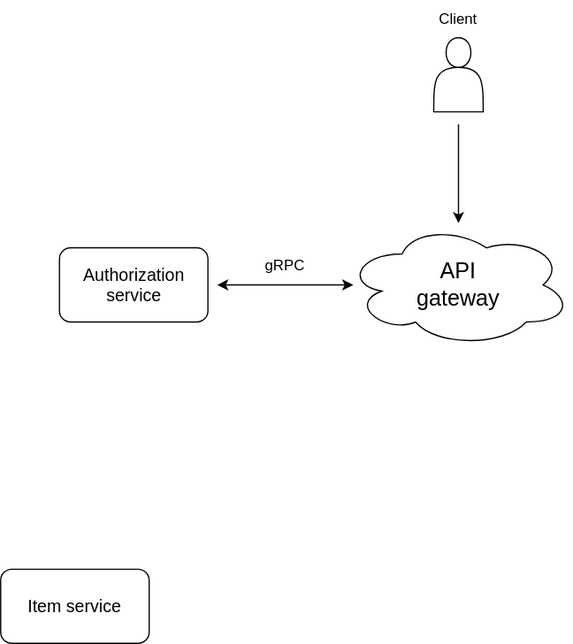
havrydotdev/diagrams keeps this draw.io diagram as all/shopper-micro.drawio.svg. Above is the earlier version. Source tidied: cells renumbered, new cells last; positions are measured from the earlier drawing's top-left corner, leaving out a move shared by most shapes. Source of this version:
```xml
<mxGraphModel>
  <root>
    <mxCell id="0" />
    <mxCell id="1" parent="0" />
    <mxCell id="2" style="shape=actor;whiteSpace=wrap;html=1;" parent="1" vertex="1">
      <mxGeometry x="350" y="30" width="40" height="60" as="geometry" />
    </mxCell>
    <mxCell id="3" value="Client" style="text;strokeColor=none;align=center;fillColor=none;html=1;verticalAlign=middle;whiteSpace=wrap;rounded=0;" parent="1" vertex="1">
      <mxGeometry x="340" width="60" height="30" as="geometry" />
    </mxCell>
    <mxCell id="4" style="endArrow=classic;html=1;rounded=0;" parent="1" edge="1">
      <mxGeometry relative="1" as="geometry">
        <mxPoint x="370" y="100" as="sourcePoint" />
        <mxPoint x="370" y="180" as="targetPoint" />
      </mxGeometry>
    </mxCell>
    <mxCell id="5" style="ellipse;shape=cloud;whiteSpace=wrap;html=1;" parent="1" vertex="1">
      <mxGeometry x="278.8" y="180" width="182.5" height="100" as="geometry" />
    </mxCell>
    <mxCell id="6" value="&lt;font style=&quot;font-size: 18px;&quot;&gt;API gateway&lt;/font&gt;" style="text;strokeColor=none;align=center;fillColor=none;html=1;verticalAlign=middle;whiteSpace=wrap;rounded=0;" parent="1" vertex="1">
      <mxGeometry x="325" y="207.5" width="90" height="45" as="geometry" />
    </mxCell>
    <mxCell id="7" value="Authorization" style="text;strokeColor=none;align=center;fillColor=none;html=1;verticalAlign=middle;whiteSpace=wrap;rounded=0;" parent="1" vertex="1">
      <mxGeometry x="70" y="210" width="60" height="30" as="geometry" />
    </mxCell>
    <mxCell id="8" style="rounded=1;whiteSpace=wrap;html=1;" parent="1" vertex="1">
      <mxGeometry x="47.5" y="200" width="120" height="60" as="geometry" />
    </mxCell>
    <mxCell id="9" value="gRPC" style="text;strokeColor=none;align=center;fillColor=none;html=1;verticalAlign=middle;whiteSpace=wrap;rounded=0;" parent="1" vertex="1">
      <mxGeometry x="200" y="200" width="60" height="30" as="geometry" />
    </mxCell>
    <mxCell id="10" value="&lt;font style=&quot;font-size: 14px;&quot;&gt;Authorization service&lt;/font&gt;" style="text;strokeColor=none;align=center;fillColor=none;html=1;verticalAlign=middle;whiteSpace=wrap;rounded=0;" parent="1" vertex="1">
      <mxGeometry x="62.5" y="210" width="90" height="40" as="geometry" />
    </mxCell>
    <mxCell id="11" style="endArrow=classic;startArrow=classic;html=1;rounded=0;" parent="1" edge="1">
      <mxGeometry relative="1" as="geometry">
        <mxPoint x="175" y="230" as="sourcePoint" />
        <mxPoint x="285" y="230" as="targetPoint" />
        <Array as="points">
          <mxPoint x="213.8" y="230" />
        </Array>
      </mxGeometry>
    </mxCell>
    <mxCell id="12" style="rounded=1;whiteSpace=wrap;html=1;" parent="1" vertex="1">
      <mxGeometry y="460" width="120" height="60" as="geometry" />
    </mxCell>
    <mxCell id="13" value="&lt;font style=&quot;font-size: 14px;&quot;&gt;Item service&lt;/font&gt;" style="text;strokeColor=none;align=center;fillColor=none;html=1;verticalAlign=middle;whiteSpace=wrap;rounded=0;" parent="1" vertex="1">
      <mxGeometry x="20" y="465" width="80" height="50" as="geometry" />
    </mxCell>
  </root>
</mxGraphModel>
```
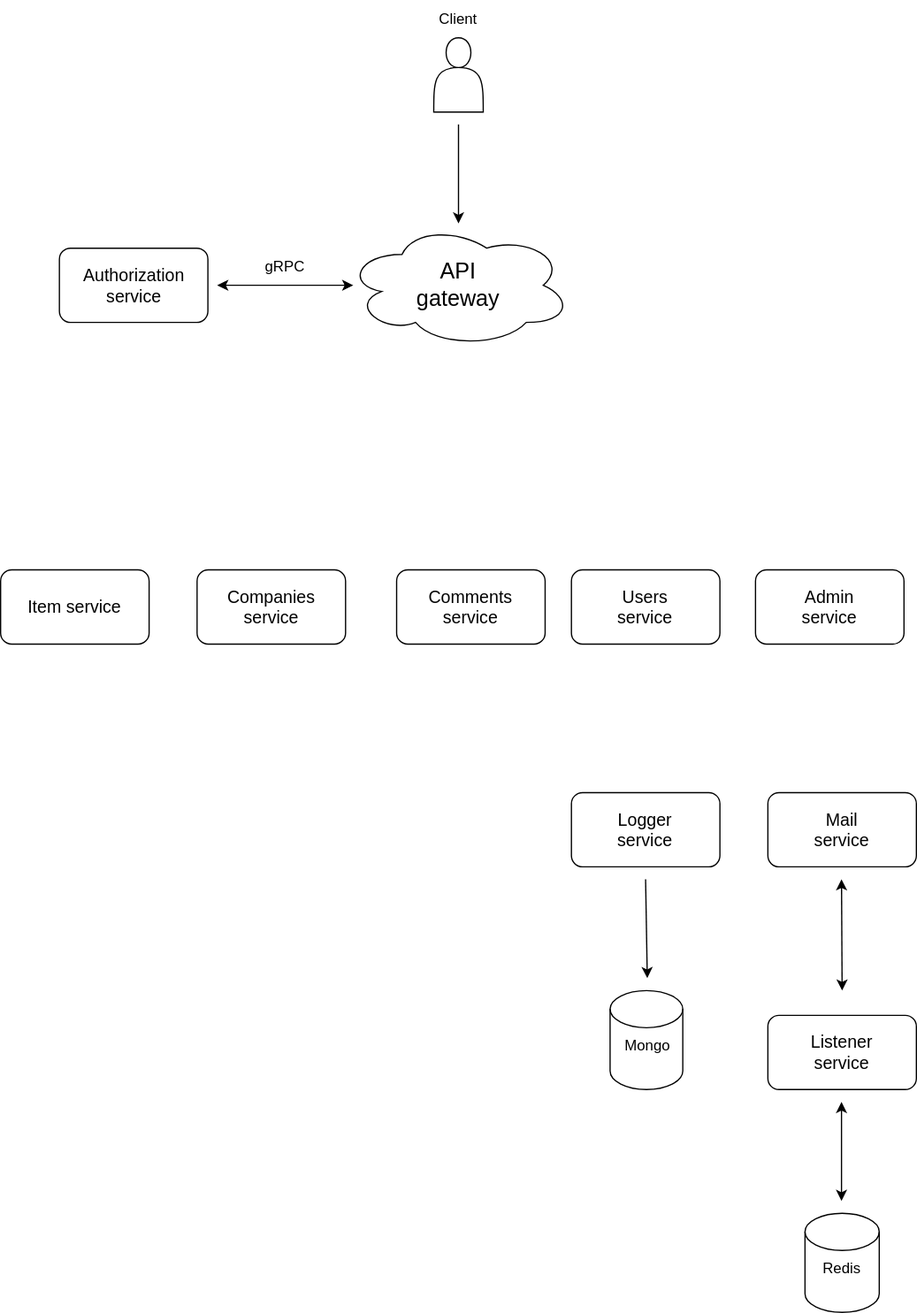
After the change.

Diff of the diagram source:
```diff
@@ -47,5 +47,77 @@
     <mxCell id="13" value="&lt;font style=&quot;font-size: 14px;&quot;&gt;Item service&lt;/font&gt;" style="text;strokeColor=none;align=center;fillColor=none;html=1;verticalAlign=middle;whiteSpace=wrap;rounded=0;" parent="1" vertex="1">
       <mxGeometry x="20" y="465" width="80" height="50" as="geometry" />
     </mxCell>
+    <mxCell id="14" style="rounded=1;whiteSpace=wrap;html=1;" parent="1" vertex="1">
+      <mxGeometry x="158.8" y="460" width="120" height="60" as="geometry" />
+    </mxCell>
+    <mxCell id="15" value="&lt;font style=&quot;font-size: 14px;&quot;&gt;Companies service&lt;/font&gt;" style="text;strokeColor=none;align=center;fillColor=none;html=1;verticalAlign=middle;whiteSpace=wrap;rounded=0;" parent="1" vertex="1">
+      <mxGeometry x="188.8" y="475" width="60" height="30" as="geometry" />
+    </mxCell>
+    <mxCell id="16" style="rounded=1;whiteSpace=wrap;html=1;" parent="1" vertex="1">
+      <mxGeometry x="320" y="460" width="120" height="60" as="geometry" />
+    </mxCell>
+    <mxCell id="17" value="&lt;font style=&quot;font-size: 14px;&quot;&gt;Comments service&lt;/font&gt;" style="text;strokeColor=none;align=center;fillColor=none;html=1;verticalAlign=middle;whiteSpace=wrap;rounded=0;" parent="1" vertex="1">
+      <mxGeometry x="350" y="475" width="60" height="30" as="geometry" />
+    </mxCell>
+    <mxCell id="18" style="rounded=1;whiteSpace=wrap;html=1;" parent="1" vertex="1">
+      <mxGeometry x="461.2" y="460" width="120" height="60" as="geometry" />
+    </mxCell>
+    <mxCell id="19" value="&lt;font style=&quot;font-size: 14px;&quot;&gt;Users service&lt;/font&gt;" style="text;strokeColor=none;align=center;fillColor=none;html=1;verticalAlign=middle;whiteSpace=wrap;rounded=0;" parent="1" vertex="1">
+      <mxGeometry x="491.2" y="475" width="60" height="30" as="geometry" />
+    </mxCell>
+    <mxCell id="20" style="rounded=1;whiteSpace=wrap;html=1;" parent="1" vertex="1">
+      <mxGeometry x="610" y="460" width="120" height="60" as="geometry" />
+    </mxCell>
+    <mxCell id="21" value="&lt;font style=&quot;font-size: 14px;&quot;&gt;Admin service&lt;/font&gt;" style="text;strokeColor=none;align=center;fillColor=none;html=1;verticalAlign=middle;whiteSpace=wrap;rounded=0;" parent="1" vertex="1">
+      <mxGeometry x="640" y="475" width="60" height="30" as="geometry" />
+    </mxCell>
+    <mxCell id="22" style="rounded=1;whiteSpace=wrap;html=1;" parent="1" vertex="1">
+      <mxGeometry x="461.2" y="640" width="120" height="60" as="geometry" />
+    </mxCell>
+    <mxCell id="23" value="&lt;font style=&quot;font-size: 14px;&quot;&gt;Logger service&lt;/font&gt;" style="text;strokeColor=none;align=center;fillColor=none;html=1;verticalAlign=middle;whiteSpace=wrap;rounded=0;" parent="1" vertex="1">
+      <mxGeometry x="491.2" y="655" width="60" height="30" as="geometry" />
+    </mxCell>
+    <mxCell id="24" style="rounded=1;whiteSpace=wrap;html=1;" parent="1" vertex="1">
+      <mxGeometry x="620" y="640" width="120" height="60" as="geometry" />
+    </mxCell>
+    <mxCell id="25" value="&lt;font style=&quot;font-size: 14px;&quot;&gt;Mail service&lt;/font&gt;" style="text;strokeColor=none;align=center;fillColor=none;html=1;verticalAlign=middle;whiteSpace=wrap;rounded=0;" parent="1" vertex="1">
+      <mxGeometry x="650" y="655" width="60" height="30" as="geometry" />
+    </mxCell>
+    <mxCell id="26" style="shape=cylinder3;whiteSpace=wrap;html=1;boundedLbl=1;backgroundOutline=1;size=15;" parent="1" vertex="1">
+      <mxGeometry x="492.5" y="800" width="58.8" height="80" as="geometry" />
+    </mxCell>
+    <mxCell id="27" style="endArrow=classic;html=1;rounded=0;" parent="1" edge="1">
+      <mxGeometry relative="1" as="geometry">
+        <mxPoint x="521.2" y="710" as="sourcePoint" />
+        <mxPoint x="522.6" y="790" as="targetPoint" />
+      </mxGeometry>
+    </mxCell>
+    <mxCell id="28" value="Mongo" style="text;strokeColor=none;align=center;fillColor=none;html=1;verticalAlign=middle;whiteSpace=wrap;rounded=0;" parent="1" vertex="1">
+      <mxGeometry x="492.5" y="830" width="60" height="30" as="geometry" />
+    </mxCell>
+    <mxCell id="29" style="endArrow=classic;startArrow=classic;html=1;rounded=0;" parent="1" edge="1">
+      <mxGeometry relative="1" as="geometry">
+        <mxPoint x="680" y="800" as="sourcePoint" />
+        <mxPoint x="679.5" y="710" as="targetPoint" />
+      </mxGeometry>
+    </mxCell>
+    <mxCell id="30" style="rounded=1;whiteSpace=wrap;html=1;" parent="1" vertex="1">
+      <mxGeometry x="620" y="820" width="120" height="60" as="geometry" />
+    </mxCell>
+    <mxCell id="31" value="&lt;font style=&quot;font-size: 14px;&quot;&gt;Listener service&lt;/font&gt;" style="text;strokeColor=none;align=center;fillColor=none;html=1;verticalAlign=middle;whiteSpace=wrap;rounded=0;" parent="1" vertex="1">
+      <mxGeometry x="650" y="835" width="60" height="30" as="geometry" />
+    </mxCell>
+    <mxCell id="32" style="shape=cylinder3;whiteSpace=wrap;html=1;boundedLbl=1;backgroundOutline=1;size=15;" parent="1" vertex="1">
+      <mxGeometry x="650" y="980" width="60" height="80" as="geometry" />
+    </mxCell>
+    <mxCell id="33" style="endArrow=classic;startArrow=classic;html=1;rounded=0;" parent="1" edge="1">
+      <mxGeometry relative="1" as="geometry">
+        <mxPoint x="679.5" y="970" as="sourcePoint" />
+        <mxPoint x="679.5" y="890" as="targetPoint" />
+      </mxGeometry>
+    </mxCell>
+    <mxCell id="34" value="Redis" style="text;strokeColor=none;align=center;fillColor=none;html=1;verticalAlign=middle;whiteSpace=wrap;rounded=0;" parent="1" vertex="1">
+      <mxGeometry x="650" y="1010" width="60" height="30" as="geometry" />
+    </mxCell>
   </root>
 </mxGraphModel>
```
